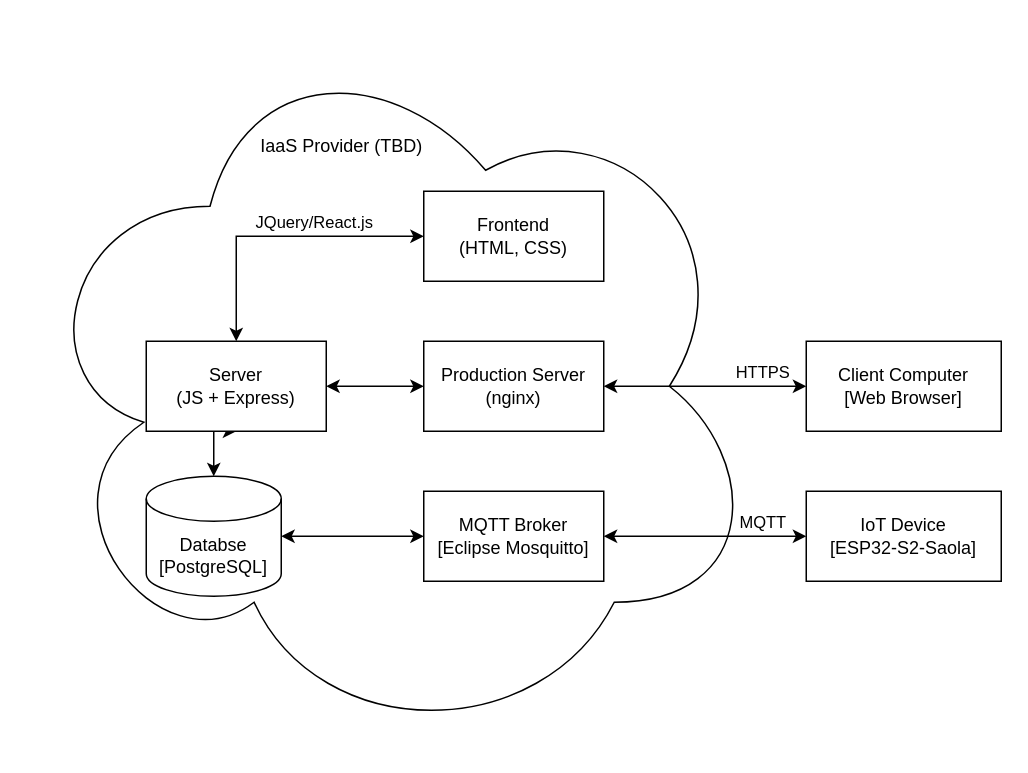
Above: documentation/block diagrams/solution architecture v1.drawio in armando-jp/ecen5033-devops-final (draw.io), before the change. Source tidied: cells renumbered, new cells numbered last; positions are measured from the earlier drawing's top-left corner, leaving out a move shared by most shapes. Both pictures are drawn from the tidied source at 150%, with x=0, y=0 at pixel (26, 26).
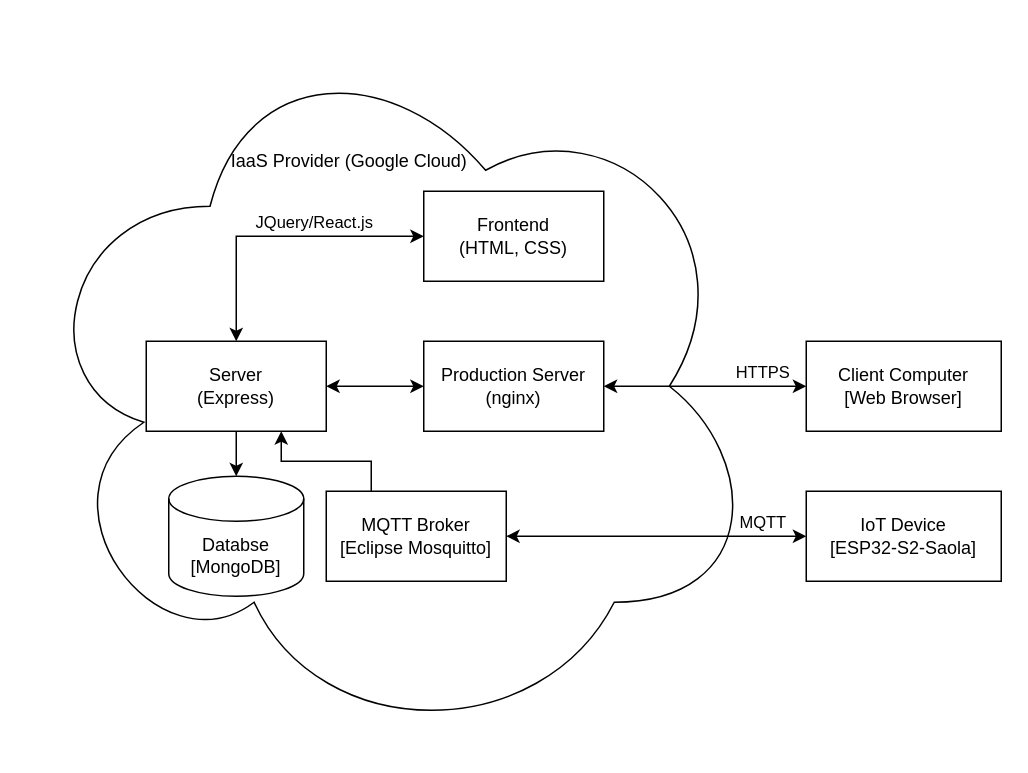
The same page after the edit.

Unchanged cells that the change refers to:
```xml
<mxCell id="3" style="edgeStyle=orthogonalEdgeStyle;rounded=0;jettySize=auto;html=1;exitX=0;exitY=0.5;exitDx=0;exitDy=0;startArrow=classic;startFill=1;" parent="1" edge="1" source="5" target="12">
  <mxGeometry relative="1" as="geometry" />
</mxCell>
<mxCell id="13" value="Frontend&lt;br&gt;(HTML, CSS)" style="rounded=0;whiteSpace=wrap;html=1;" parent="1" vertex="1">
  <mxGeometry x="265" y="110" width="120" height="60" as="geometry" />
</mxCell>
```

The edit, as a diff of the source:
```diff
@@
     <mxCell id="4" value="MQTT" style="edgeLabel;html=1;align=center;verticalAlign=middle;" parent="3" vertex="1">
       <mxGeometry x="-0.17" y="4" relative="1" as="geometry">
-        <mxPoint x="26" y="-14" as="offset" />
+        <mxPoint x="53" y="-14" as="offset" />
       </mxGeometry>
     </mxCell>
@@
-    <mxCell id="6" value="IaaS Provider (TBD)" style="text;html=1;align=center;verticalAlign=middle;strokeColor=none;fillColor=none;" parent="1" vertex="1">
-      <mxGeometry x="150" y="70" width="120" height="20" as="geometry" />
+    <mxCell id="6" value="IaaS Provider (Google Cloud)" style="text;html=1;align=center;verticalAlign=middle;strokeColor=none;fillColor=none;" parent="1" vertex="1">
+      <mxGeometry x="130" y="80" width="170" height="20" as="geometry" />
     </mxCell>
+    <mxCell id="8" style="edgeStyle=orthogonalEdgeStyle;rounded=0;jettySize=auto;html=1;exitX=0.5;exitY=0;exitDx=0;exitDy=0;entryX=0;entryY=0.5;entryDx=0;entryDy=0;startArrow=classic;startFill=1;" parent="1" edge="1" source="9" target="13">
+      <mxGeometry relative="1" as="geometry" />
+    </mxCell>
-    <mxCell id="7" style="edgeStyle=orthogonalEdgeStyle;rounded=0;jettySize=auto;html=1;exitX=0.5;exitY=1;exitDx=0;exitDy=0;entryX=0.5;entryY=0;entryDx=0;entryDy=0;entryPerimeter=0;startArrow=classic;startFill=1;" parent="1" edge="1" source="9" target="10">
+    <mxCell id="7" style="edgeStyle=orthogonalEdgeStyle;rounded=0;jettySize=auto;html=1;exitX=0.5;exitY=1;exitDx=0;exitDy=0;entryX=0.5;entryY=0;entryDx=0;entryDy=0;entryPerimeter=0;" parent="1" edge="1" source="9" target="10">
       <mxGeometry relative="1" as="geometry" />
     </mxCell>
-    <mxCell id="8" style="edgeStyle=orthogonalEdgeStyle;rounded=0;jettySize=auto;html=1;exitX=0.5;exitY=0;exitDx=0;exitDy=0;entryX=0;entryY=0.5;entryDx=0;entryDy=0;startArrow=classic;startFill=1;" parent="1" edge="1" source="9" target="13">
-      <mxGeometry relative="1" as="geometry" />
-    </mxCell>
-    <mxCell id="9" value="Server&lt;br&gt;(JS + Express)" style="rounded=0;whiteSpace=wrap;html=1;" parent="1" vertex="1">
+    <mxCell id="9" value="Server&lt;br&gt;(Express)" style="rounded=0;whiteSpace=wrap;html=1;" parent="1" vertex="1">
       <mxGeometry x="80" y="210" width="120" height="60" as="geometry" />
     </mxCell>
-    <mxCell id="10" value="Databse&lt;br&gt;[PostgreSQL]" style="shape=cylinder3;whiteSpace=wrap;html=1;boundedLbl=1;backgroundOutline=1;size=15;" parent="1" vertex="1">
-      <mxGeometry x="80" y="300" width="90" height="80" as="geometry" />
+    <mxCell id="10" value="Databse&lt;br&gt;[MongoDB]" style="shape=cylinder3;whiteSpace=wrap;html=1;boundedLbl=1;backgroundOutline=1;size=15;" parent="1" vertex="1">
+      <mxGeometry x="95" y="300" width="90" height="80" as="geometry" />
     </mxCell>
-    <mxCell id="11" style="edgeStyle=orthogonalEdgeStyle;rounded=0;jettySize=auto;html=1;exitX=0;exitY=0.5;exitDx=0;exitDy=0;startArrow=classic;startFill=1;" parent="1" edge="1" source="12" target="10">
-      <mxGeometry relative="1" as="geometry" />
-    </mxCell>
+    <mxCell id="20" style="edgeStyle=orthogonalEdgeStyle;rounded=0;jettySize=auto;html=1;exitX=0.25;exitY=0;exitDx=0;exitDy=0;entryX=0.75;entryY=1;entryDx=0;entryDy=0;" parent="1" edge="1" source="12" target="9">
+      <mxGeometry relative="1" as="geometry" />
+    </mxCell>
     <mxCell id="12" value="MQTT Broker&lt;br&gt;[Eclipse Mosquitto]" style="rounded=0;whiteSpace=wrap;html=1;" parent="1" vertex="1">
-      <mxGeometry x="265" y="310" width="120" height="60" as="geometry" />
+      <mxGeometry x="200" y="310" width="120" height="60" as="geometry" />
     </mxCell>
```
